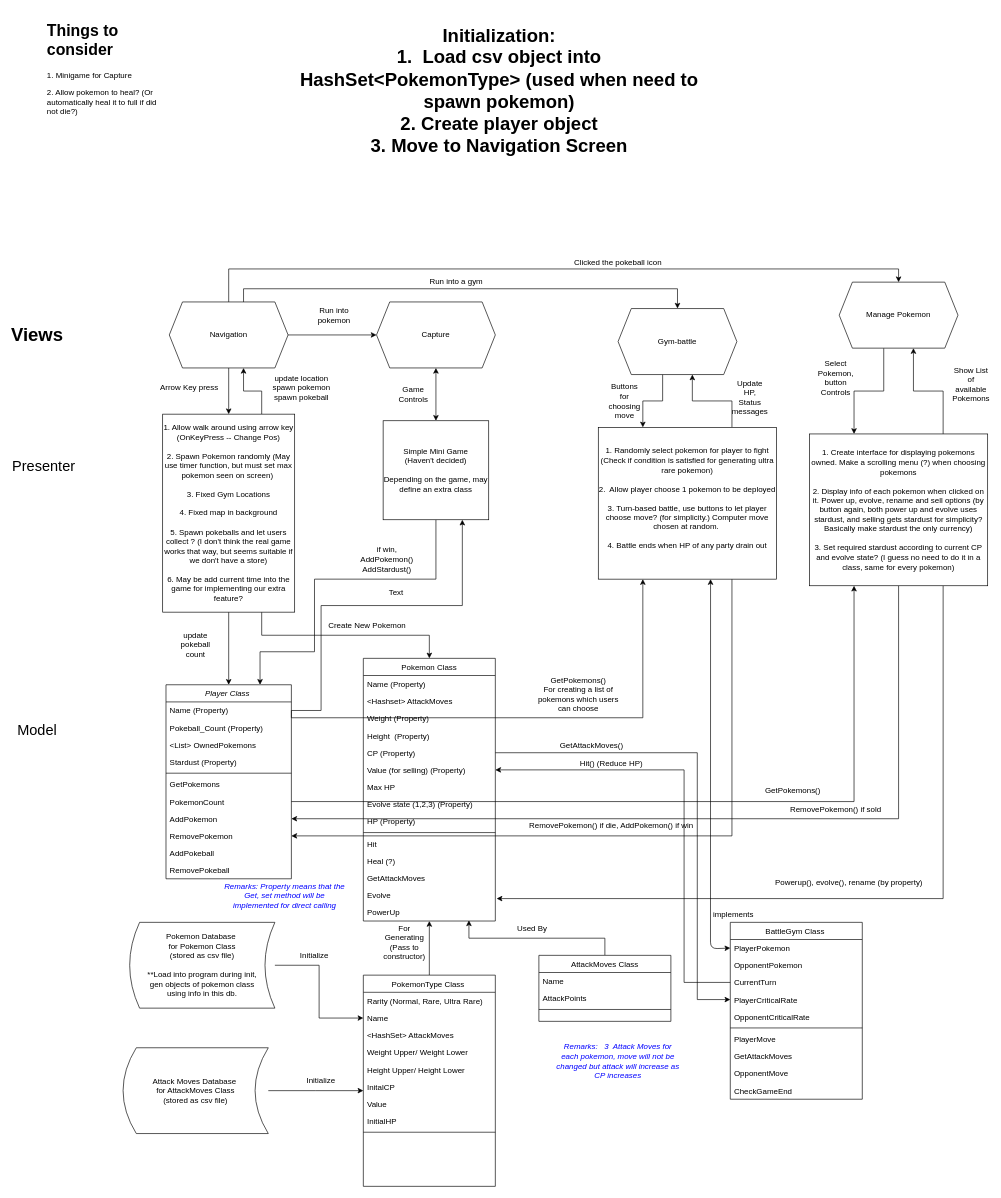
The draw.io diagram Untitled Diagram.drawio in tpmmthomas/ierg3080-pokemon-go, before the edit. Source tidied: cells renumbered, new cells numbered last; positions are measured from the earlier drawing's top-left corner, leaving out a move shared by most shapes. Both pictures are drawn from the tidied source at 66%, with x=0, y=0 at pixel (24, 18).
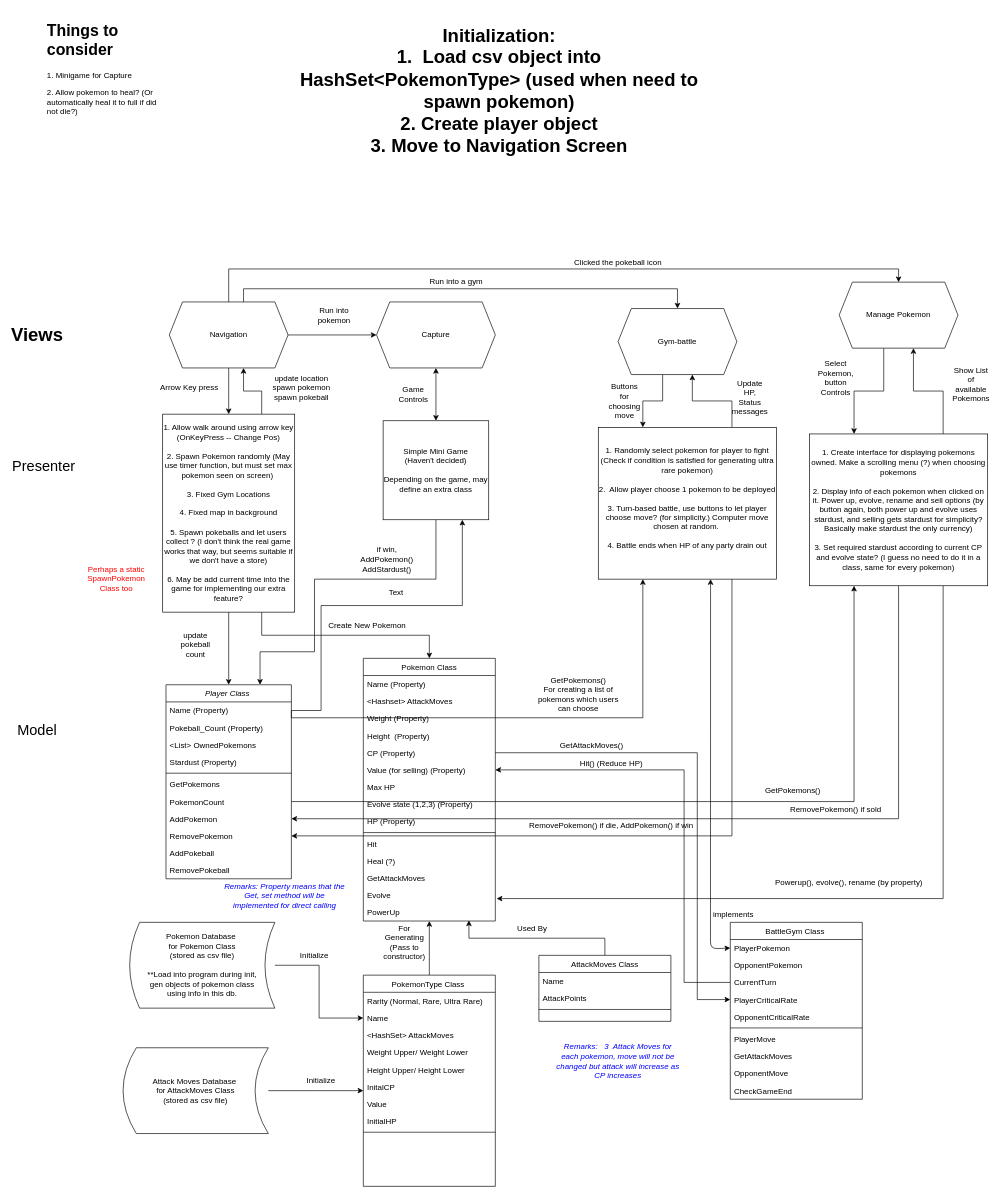
Above is the later version.

The edit, as a diff of the source:
```diff
@@
+    <mxCell id="125" value="Perhaps a static SpawnPokemon Class too" style="text;html=1;strokeColor=none;fillColor=none;align=center;verticalAlign=middle;whiteSpace=wrap;rounded=0;fontColor=#FF0000;" parent="1" vertex="1">
+      <mxGeometry x="110" y="840" width="60" height="20" as="geometry" />
+    </mxCell>
```
